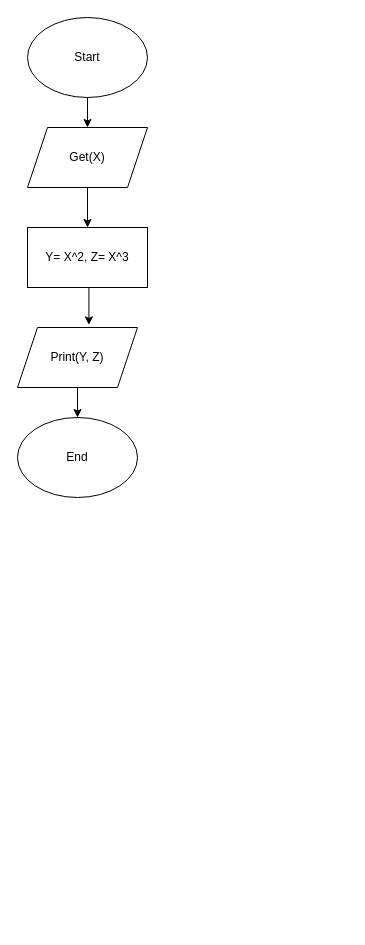
Above: Untitled Diagram.drawio in seventhlegion/SE_Diagrams (draw.io), before the change. Source tidied: cells renumbered, new cells numbered last; positions are measured from the earlier drawing's top-left corner, leaving out a move shared by most shapes. Both pictures are drawn from the tidied source at 100%, with x=0, y=0 at pixel (17, 17).
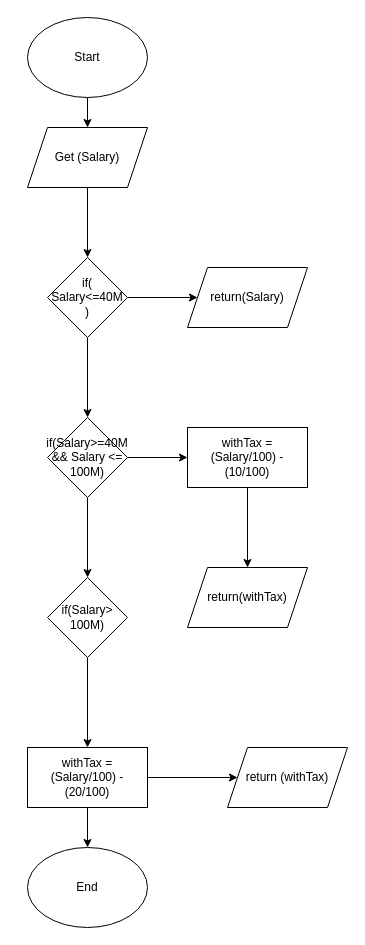
The same page after the edit.

What changed in the source:
```diff
@@
-    <mxCell id="4" style="edgeStyle=orthogonalEdgeStyle;rounded=0;jettySize=auto;html=1;exitX=0.5;exitY=1;exitDx=0;exitDy=0;entryX=0.5;entryY=0;entryDx=0;entryDy=0;" parent="1" edge="1" source="5" target="7">
-      <mxGeometry relative="1" as="geometry" />
-    </mxCell>
+    <mxCell id="11" style="edgeStyle=orthogonalEdgeStyle;rounded=0;jettySize=auto;html=1;" parent="1" edge="1" source="5" target="14">
+      <mxGeometry relative="1" as="geometry" />
+    </mxCell>
-    <mxCell id="5" value="Get(X)" style="shape=parallelogram;perimeter=parallelogramPerimeter;whiteSpace=wrap;html=1;fixedSize=1;" parent="1" vertex="1">
+    <mxCell id="5" value="Get (Salary)" style="shape=parallelogram;perimeter=parallelogramPerimeter;whiteSpace=wrap;html=1;fixedSize=1;" parent="1" vertex="1">
       <mxGeometry x="10" y="110" width="120" height="60" as="geometry" />
     </mxCell>
-    <mxCell id="6" style="edgeStyle=orthogonalEdgeStyle;rounded=0;jettySize=auto;html=1;exitX=0.5;exitY=1;exitDx=0;exitDy=0;entryX=0.595;entryY=-0.044;entryDx=0;entryDy=0;entryPerimeter=0;" parent="1" edge="1" source="7" target="9">
-      <mxGeometry relative="1" as="geometry" />
-    </mxCell>
-    <mxCell id="7" value="Y= X^2, Z= X^3" style="rounded=0;whiteSpace=wrap;html=1;" parent="1" vertex="1">
-      <mxGeometry x="10" y="210" width="120" height="60" as="geometry" />
-    </mxCell>
-    <mxCell id="8" style="edgeStyle=orthogonalEdgeStyle;rounded=0;jettySize=auto;html=1;exitX=0.5;exitY=1;exitDx=0;exitDy=0;entryX=0.5;entryY=0;entryDx=0;entryDy=0;" parent="1" edge="1" source="9" target="10">
-      <mxGeometry relative="1" as="geometry" />
-    </mxCell>
-    <mxCell id="9" value="Print(Y, Z)" style="shape=parallelogram;perimeter=parallelogramPerimeter;whiteSpace=wrap;html=1;fixedSize=1;" parent="1" vertex="1">
-      <mxGeometry y="310" width="120" height="60" as="geometry" />
-    </mxCell>
+    <mxCell id="12" style="edgeStyle=orthogonalEdgeStyle;rounded=0;jettySize=auto;html=1;" parent="1" edge="1" source="14" target="15">
+      <mxGeometry relative="1" as="geometry" />
+    </mxCell>
+    <mxCell id="13" style="edgeStyle=orthogonalEdgeStyle;rounded=0;jettySize=auto;html=1;" parent="1" edge="1" source="14" target="18">
+      <mxGeometry relative="1" as="geometry" />
+    </mxCell>
+    <mxCell id="14" value="if(&lt;br&gt;Salary&amp;lt;=40M&lt;br&gt;)" style="rhombus;whiteSpace=wrap;html=1;" parent="1" vertex="1">
+      <mxGeometry x="30" y="240" width="80" height="80" as="geometry" />
+    </mxCell>
+    <mxCell id="15" value="return(Salary)" style="shape=parallelogram;perimeter=parallelogramPerimeter;whiteSpace=wrap;html=1;fixedSize=1;" parent="1" vertex="1">
+      <mxGeometry x="170" y="250" width="120" height="60" as="geometry" />
+    </mxCell>
+    <mxCell id="16" style="edgeStyle=orthogonalEdgeStyle;rounded=0;jettySize=auto;html=1;" parent="1" edge="1" source="18" target="20">
+      <mxGeometry relative="1" as="geometry" />
+    </mxCell>
+    <mxCell id="17" style="edgeStyle=orthogonalEdgeStyle;rounded=0;jettySize=auto;html=1;" parent="1" edge="1" source="18" target="23">
+      <mxGeometry relative="1" as="geometry" />
+    </mxCell>
+    <mxCell id="18" value="if(Salary&amp;gt;=40M &amp;amp;&amp;amp; Salary &amp;lt;= 100M)" style="rhombus;whiteSpace=wrap;html=1;" parent="1" vertex="1">
+      <mxGeometry x="30" y="400" width="80" height="80" as="geometry" />
+    </mxCell>
+    <mxCell id="19" style="edgeStyle=orthogonalEdgeStyle;rounded=0;jettySize=auto;html=1;" parent="1" edge="1" source="20" target="21">
+      <mxGeometry relative="1" as="geometry" />
+    </mxCell>
+    <mxCell id="20" value="withTax = (Salary/100) - (10/100)" style="whiteSpace=wrap;html=1;" parent="1" vertex="1">
+      <mxGeometry x="170" y="410" width="120" height="60" as="geometry" />
+    </mxCell>
+    <mxCell id="21" value="return(withTax)" style="shape=parallelogram;perimeter=parallelogramPerimeter;whiteSpace=wrap;html=1;fixedSize=1;" parent="1" vertex="1">
+      <mxGeometry x="170" y="550" width="120" height="60" as="geometry" />
+    </mxCell>
+    <mxCell id="22" style="edgeStyle=orthogonalEdgeStyle;rounded=0;jettySize=auto;html=1;" parent="1" edge="1" source="23" target="26">
+      <mxGeometry relative="1" as="geometry" />
+    </mxCell>
+    <mxCell id="23" value="if(Salary&amp;gt;&lt;br&gt;100M)" style="rhombus;whiteSpace=wrap;html=1;" parent="1" vertex="1">
+      <mxGeometry x="30" y="560" width="80" height="80" as="geometry" />
+    </mxCell>
+    <mxCell id="24" style="edgeStyle=orthogonalEdgeStyle;rounded=0;jettySize=auto;html=1;" parent="1" edge="1" source="26" target="27">
+      <mxGeometry relative="1" as="geometry" />
+    </mxCell>
+    <mxCell id="25" style="edgeStyle=orthogonalEdgeStyle;rounded=0;jettySize=auto;html=1;exitX=0.5;exitY=1;exitDx=0;exitDy=0;entryX=0.5;entryY=0;entryDx=0;entryDy=0;" parent="1" edge="1" source="26" target="10">
+      <mxGeometry relative="1" as="geometry" />
+    </mxCell>
+    <mxCell id="26" value="withTax = (Salary/100) - (20/100)" style="whiteSpace=wrap;html=1;" parent="1" vertex="1">
+      <mxGeometry x="10" y="730" width="120" height="60" as="geometry" />
+    </mxCell>
+    <mxCell id="27" value="return (withTax)" style="shape=parallelogram;perimeter=parallelogramPerimeter;whiteSpace=wrap;html=1;fixedSize=1;" parent="1" vertex="1">
+      <mxGeometry x="210" y="730" width="120" height="60" as="geometry" />
+    </mxCell>
     <mxCell id="10" value="End" style="ellipse;whiteSpace=wrap;html=1;" parent="1" vertex="1">
-      <mxGeometry y="400" width="120" height="80" as="geometry" />
+      <mxGeometry x="10" y="830" width="120" height="80" as="geometry" />
     </mxCell>
```
